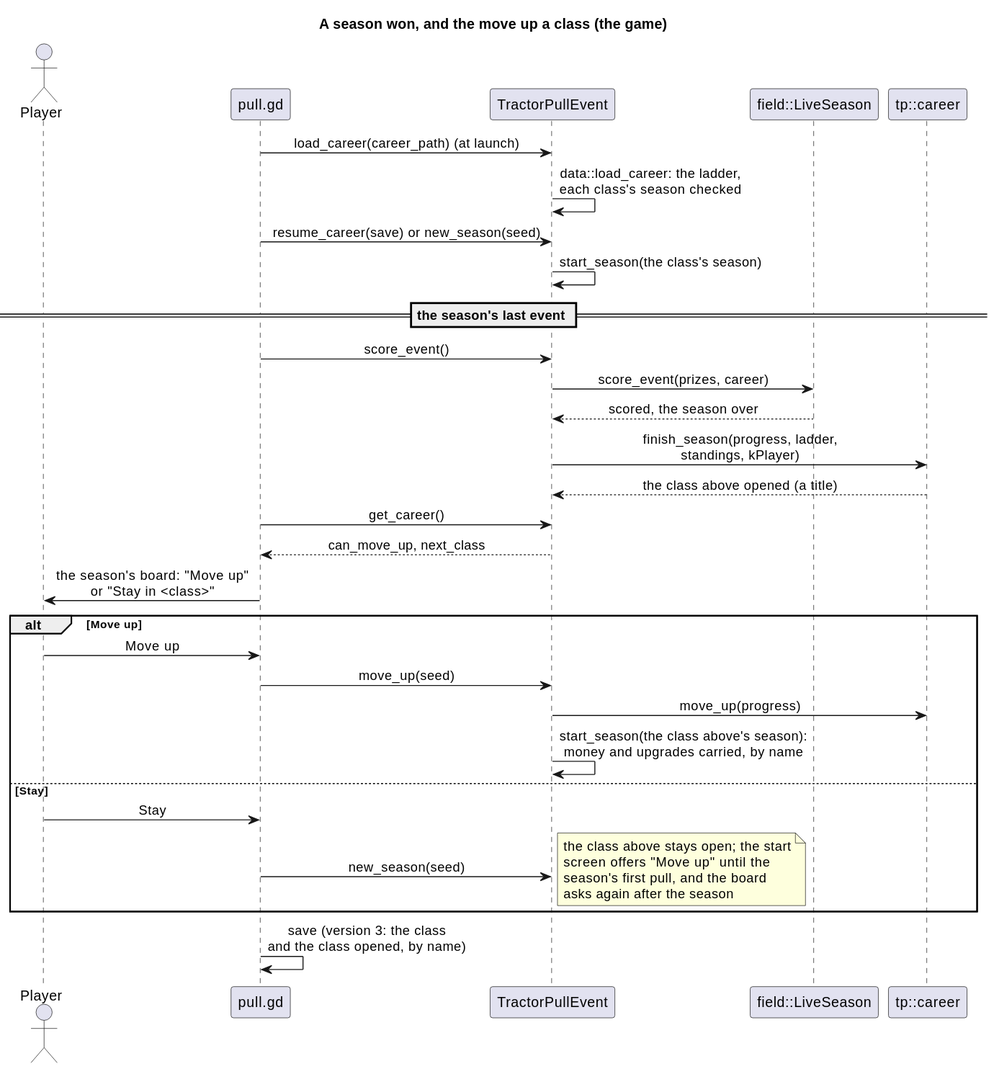
The PlantUML diagram docs/diagrams/svg/career_promotion_sequence.svg in wversteeg/TractorPulling, before a commit. Source of this version:
```plantuml
@startuml
title A season won, and the move up a class (the game)
skinparam sequenceMessageAlign center

actor Player
participant "pull.gd" as Game
participant "TractorPullEvent" as Event
participant "field::LiveSeason" as Season
participant "tp::career" as Career

Game -> Event : load_career(career_path) (at launch)
Event -> Event : data::load_career: the ladder,\neach class's season checked
Game -> Event : resume_career(save) or new_season(seed)
Event -> Event : start_season(the class's season)

== the season's last event ==
Game -> Event : score_event()
Event -> Season : score_event(prizes, career)
Season --> Event : scored, the season over
Event -> Career : finish_season(progress, ladder,\nstandings, kPlayer)
Career --> Event : the class above opened (a title)
Game -> Event : get_career()
Event --> Game : can_move_up, next_class
Game -> Player : the season's board: "Move up"\nor "Stay in <class>"

alt Move up
  Player -> Game : Move up
  Game -> Event : move_up(seed)
  Event -> Career : move_up(progress)
  Event -> Event : start_season(the class above's season):\nmoney and upgrades carried, by name
else Stay
  Player -> Game : Stay
  Game -> Event : new_season(seed)
  note right : the class above stays open; the start\nscreen offers "Move up" until the\nseason's first pull, and the board\nasks again after the season
end
Game -> Game : save (version 3: the class\nand the class opened, by name)
@enduml
```
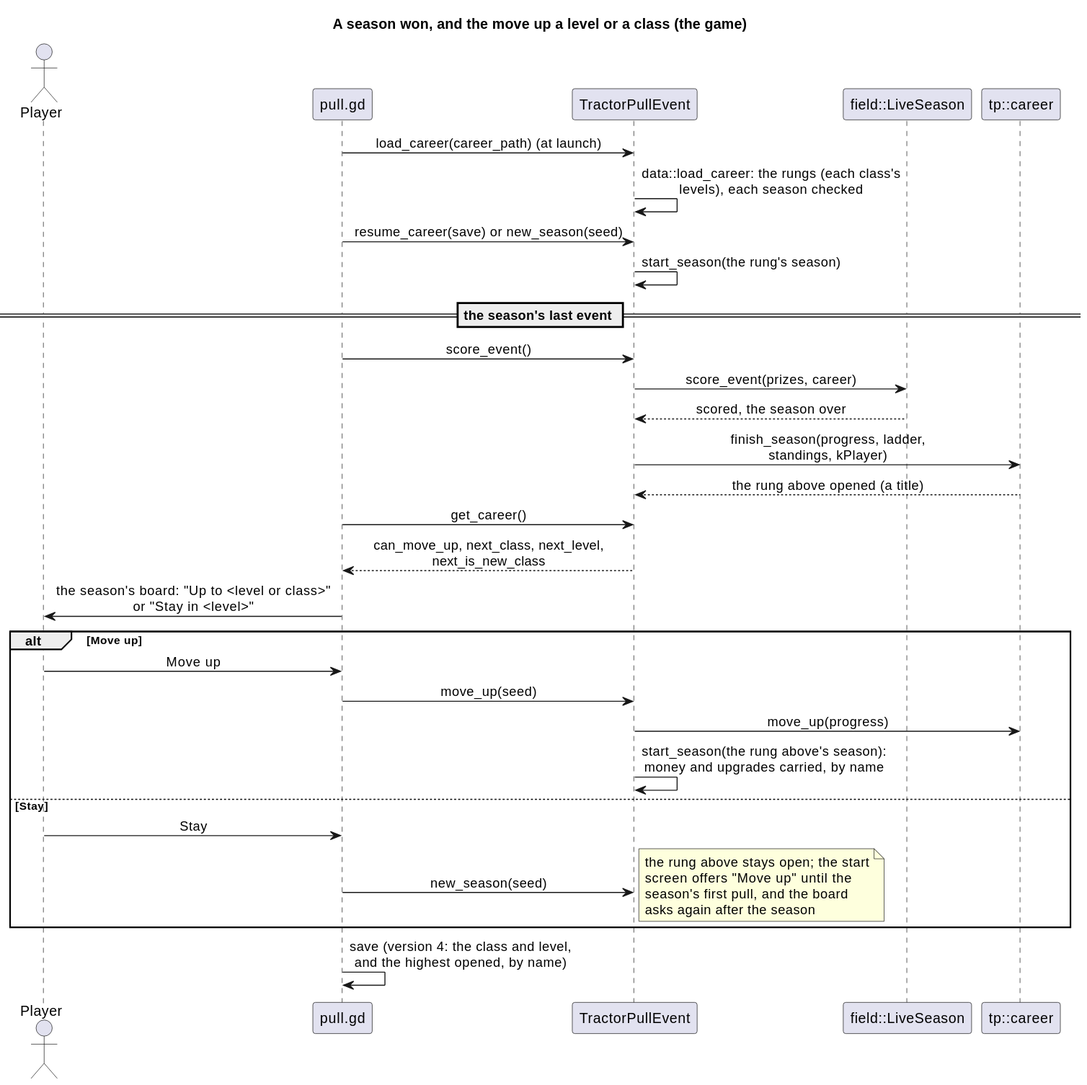
After the commit.

What changed in the source:
```diff
@@ -1,5 +1,5 @@
 @startuml
-title A season won, and the move up a class (the game)
+title A season won, and the move up a level or a class (the game)
 skinparam sequenceMessageAlign center
 
 actor Player
@@ -9,29 +9,29 @@
 participant "tp::career" as Career
 
 Game -> Event : load_career(career_path) (at launch)
-Event -> Event : data::load_career: the ladder,\neach class's season checked
+Event -> Event : data::load_career: the rungs (each class's\nlevels), each season checked
 Game -> Event : resume_career(save) or new_season(seed)
-Event -> Event : start_season(the class's season)
+Event -> Event : start_season(the rung's season)
 
 == the season's last event ==
 Game -> Event : score_event()
 Event -> Season : score_event(prizes, career)
 Season --> Event : scored, the season over
 Event -> Career : finish_season(progress, ladder,\nstandings, kPlayer)
-Career --> Event : the class above opened (a title)
+Career --> Event : the rung above opened (a title)
 Game -> Event : get_career()
-Event --> Game : can_move_up, next_class
-Game -> Player : the season's board: "Move up"\nor "Stay in <class>"
+Event --> Game : can_move_up, next_class, next_level,\nnext_is_new_class
+Game -> Player : the season's board: "Up to <level or class>"\nor "Stay in <level>"
 
 alt Move up
   Player -> Game : Move up
   Game -> Event : move_up(seed)
   Event -> Career : move_up(progress)
-  Event -> Event : start_season(the class above's season):\nmoney and upgrades carried, by name
+  Event -> Event : start_season(the rung above's season):\nmoney and upgrades carried, by name
 else Stay
   Player -> Game : Stay
   Game -> Event : new_season(seed)
-  note right : the class above stays open; the start\nscreen offers "Move up" until the\nseason's first pull, and the board\nasks again after the season
+  note right : the rung above stays open; the start\nscreen offers "Move up" until the\nseason's first pull, and the board\nasks again after the season
 end
-Game -> Game : save (version 3: the class\nand the class opened, by name)
+Game -> Game : save (version 4: the class and level,\nand the highest opened, by name)
 @enduml
```
